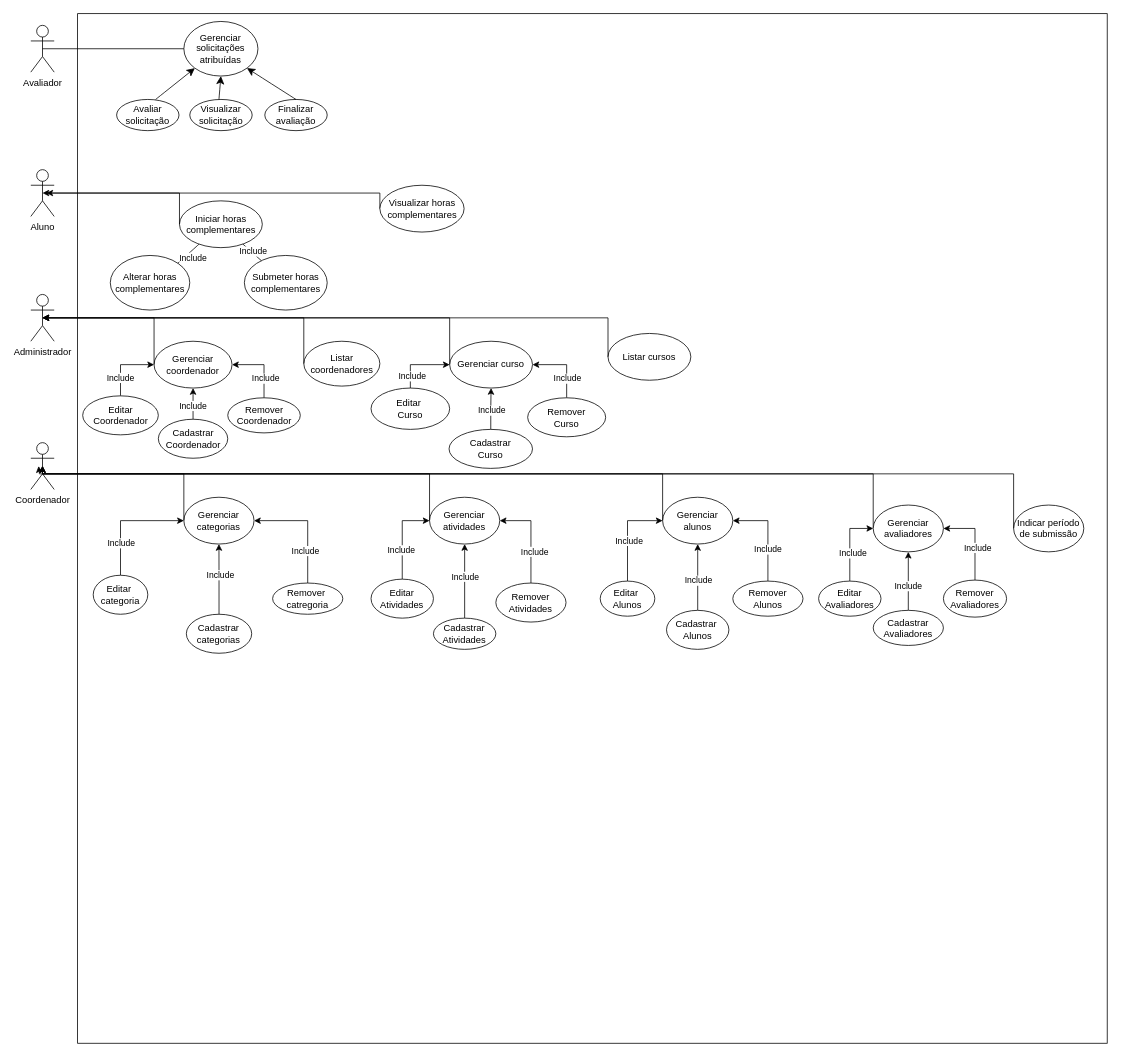
DGzzzzz/ADS_IF keeps this draw.io diagram as trabanalise.drawio. Above is the earlier version. Source tidied: cells renumbered, new cells numbered last; positions are measured from the earlier drawing's top-left corner, leaving out a move shared by most shapes. Both pictures are drawn from the tidied source at 78%, with x=0, y=0 at pixel (30, 13).
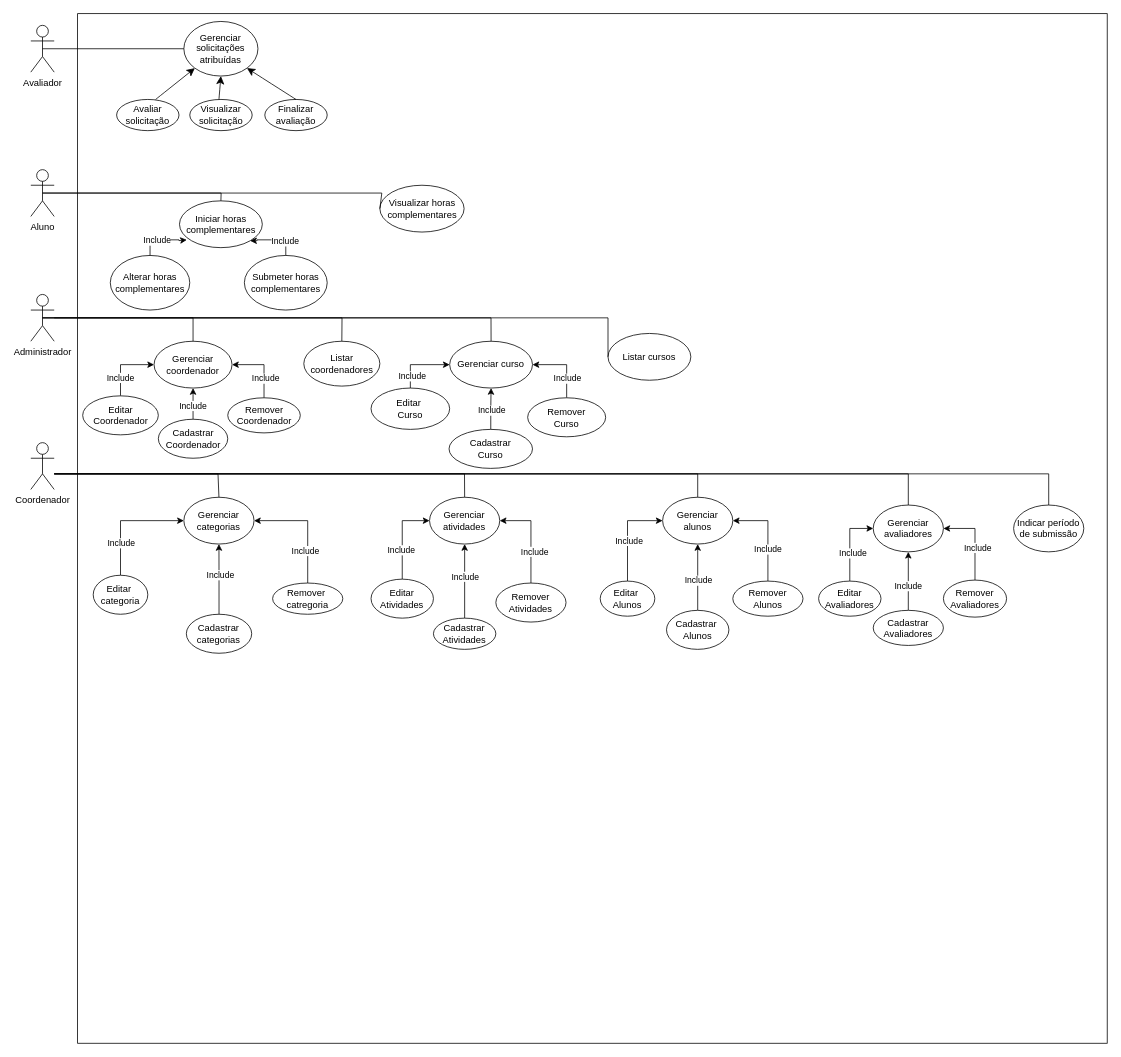
After the change.

Commit message:
atualizei algumas ligacoes

The change refers to these unchanged cells:
```xml
<mxCell id="3" value="Aluno" style="shape=umlActor;verticalLabelPosition=bottom;verticalAlign=top;html=1;outlineConnect=0;" parent="1" vertex="1">
  <mxGeometry y="200" width="30" height="60" as="geometry" />
</mxCell>
<mxCell id="4" value="Administrador" style="shape=umlActor;verticalLabelPosition=bottom;verticalAlign=top;html=1;outlineConnect=0;" parent="1" vertex="1">
  <mxGeometry y="360" width="30" height="60" as="geometry" />
</mxCell>
<mxCell id="5" value="Coordenador" style="shape=umlActor;verticalLabelPosition=bottom;verticalAlign=top;html=1;outlineConnect=0;" parent="1" vertex="1">
  <mxGeometry y="550" width="30" height="60" as="geometry" />
</mxCell>
<mxCell id="7" value="&lt;span style=&quot;background-color: transparent; color: light-dark(rgb(0, 0, 0), rgb(255, 255, 255));&quot;&gt;Gerenciar&lt;/span&gt;&lt;span style=&quot;background-color: transparent; color: light-dark(rgb(0, 0, 0), rgb(255, 255, 255));&quot;&gt;&amp;nbsp;curso&lt;/span&gt;" style="ellipse;whiteSpace=wrap;html=1;" parent="1" vertex="1">
  <mxGeometry x="537" y="420" width="106.2" height="60" as="geometry" />
</mxCell>
<mxCell id="8" value="&lt;span style=&quot;background-color: transparent; color: light-dark(rgb(0, 0, 0), rgb(255, 255, 255));&quot;&gt;Gerenciar coordenador&lt;/span&gt;" style="ellipse;whiteSpace=wrap;html=1;" parent="1" vertex="1">
  <mxGeometry x="158" y="420" width="100" height="60" as="geometry" />
</mxCell>
<mxCell id="9" value="Gerenciar categorias" style="ellipse;whiteSpace=wrap;html=1;" parent="1" vertex="1">
  <mxGeometry x="196.2" y="620" width="90" height="60" as="geometry" />
</mxCell>
<mxCell id="10" value="Gerenciar atividades" style="ellipse;whiteSpace=wrap;html=1;" parent="1" vertex="1">
  <mxGeometry x="511.2" y="620" width="90" height="60" as="geometry" />
</mxCell>
<mxCell id="11" value="Gerenciar alunos" style="ellipse;whiteSpace=wrap;html=1;" parent="1" vertex="1">
  <mxGeometry x="810" y="620" width="90" height="60" as="geometry" />
</mxCell>
<mxCell id="13" value="Gerenciar avaliadores" style="ellipse;whiteSpace=wrap;html=1;" parent="1" vertex="1">
  <mxGeometry x="1080" y="630" width="90" height="60" as="geometry" />
</mxCell>
<mxCell id="14" value="Indicar período de submissão" style="ellipse;whiteSpace=wrap;html=1;" parent="1" vertex="1">
  <mxGeometry x="1260" y="630" width="90" height="60" as="geometry" />
</mxCell>
<mxCell id="15" value="Iniciar horas complementares" style="ellipse;whiteSpace=wrap;html=1;" parent="1" vertex="1">
  <mxGeometry x="190.6" y="240" width="106.2" height="60" as="geometry" />
</mxCell>
<mxCell id="17" value="Alterar horas complementares" style="ellipse;whiteSpace=wrap;html=1;" parent="1" vertex="1">
  <mxGeometry x="101.9" y="310" width="101.9" height="70" as="geometry" />
</mxCell>
<mxCell id="18" value="Submeter horas complementares" style="ellipse;whiteSpace=wrap;html=1;" parent="1" vertex="1">
  <mxGeometry x="273.8" y="310" width="106.2" height="70" as="geometry" />
</mxCell>
<mxCell id="19" value="Listar coordenadores" style="ellipse;whiteSpace=wrap;html=1;" parent="1" vertex="1">
  <mxGeometry x="350" y="420" width="97.5" height="57.5" as="geometry" />
</mxCell>
<mxCell id="20" value="Listar cursos" style="ellipse;whiteSpace=wrap;html=1;" parent="1" vertex="1">
  <mxGeometry x="740" y="410" width="106.2" height="60" as="geometry" />
</mxCell>
<mxCell id="95" value="Visualizar horas complementares" style="ellipse;whiteSpace=wrap;html=1;" parent="1" vertex="1">
  <mxGeometry x="447.5" y="220" width="108" height="60" as="geometry" />
</mxCell>
```

Diff of the diagram source:
```diff
@@
-    <mxCell id="12" style="edgeStyle=orthogonalEdgeStyle;rounded=0;jettySize=auto;html=1;exitX=0;exitY=0.5;exitDx=0;exitDy=0;" parent="1" edge="1" source="13">
-      <mxGeometry relative="1" as="geometry">
-        <mxPoint x="10" y="580" as="targetPoint" />
-        <Array as="points">
-          <mxPoint x="1080" y="590" />
-          <mxPoint x="11" y="590" />
-        </Array>
-      </mxGeometry>
-    </mxCell>
@@
-    <mxCell id="28" style="endArrow=none;html=1;rounded=0;fontSize=12;startSize=8;endSize=8;curved=1;" parent="1" edge="1" source="15" target="18">
-      <mxGeometry relative="1" as="geometry" />
-    </mxCell>
-    <mxCell id="29" value="Include" style="edgeLabel;html=1;align=center;verticalAlign=middle;" parent="28" vertex="1">
-      <mxGeometry x="-0.22" y="4" relative="1" as="geometry">
-        <mxPoint x="1" y="4" as="offset" />
-      </mxGeometry>
-    </mxCell>
-    <mxCell id="30" style="endArrow=none;html=1;rounded=0;fontSize=12;startSize=8;endSize=8;curved=1;entryX=1;entryY=0;entryDx=0;entryDy=0;" parent="1" edge="1" source="15" target="17">
-      <mxGeometry relative="1" as="geometry" />
-    </mxCell>
-    <mxCell id="31" value="Include" style="edgeLabel;html=1;align=center;verticalAlign=middle;" parent="30" vertex="1">
-      <mxGeometry x="-0.08" y="7" relative="1" as="geometry" />
-    </mxCell>
@@
-    <mxCell id="77" style="edgeStyle=orthogonalEdgeStyle;rounded=0;jettySize=auto;html=1;exitX=0;exitY=0.5;exitDx=0;exitDy=0;entryX=0.5;entryY=0.5;entryDx=0;entryDy=0;entryPerimeter=0;" parent="1" edge="1" source="19" target="4">
-      <mxGeometry relative="1" as="geometry">
-        <Array as="points">
-          <mxPoint x="350" y="390" />
-        </Array>
-      </mxGeometry>
-    </mxCell>
@@
-    <mxCell id="87" style="edgeStyle=orthogonalEdgeStyle;rounded=0;jettySize=auto;html=1;exitX=0;exitY=0.5;exitDx=0;exitDy=0;entryX=0.5;entryY=0.5;entryDx=0;entryDy=0;entryPerimeter=0;" parent="1" edge="1" source="20" target="4">
-      <mxGeometry relative="1" as="geometry">
-        <Array as="points">
-          <mxPoint x="740" y="390" />
-        </Array>
-      </mxGeometry>
-    </mxCell>
-    <mxCell id="88" style="edgeStyle=orthogonalEdgeStyle;rounded=0;jettySize=auto;html=1;exitX=0;exitY=0.5;exitDx=0;exitDy=0;entryX=0.5;entryY=0.5;entryDx=0;entryDy=0;entryPerimeter=0;" parent="1" edge="1" source="7" target="4">
-      <mxGeometry relative="1" as="geometry">
-        <Array as="points">
-          <mxPoint x="537" y="390" />
-        </Array>
-      </mxGeometry>
-    </mxCell>
-    <mxCell id="89" style="edgeStyle=orthogonalEdgeStyle;rounded=0;jettySize=auto;html=1;exitX=0;exitY=0.5;exitDx=0;exitDy=0;entryX=0.5;entryY=0.5;entryDx=0;entryDy=0;entryPerimeter=0;" parent="1" edge="1" source="8" target="4">
-      <mxGeometry relative="1" as="geometry">
-        <Array as="points">
-          <mxPoint x="158" y="390" />
-        </Array>
-      </mxGeometry>
-    </mxCell>
-    <mxCell id="90" style="edgeStyle=orthogonalEdgeStyle;rounded=0;jettySize=auto;html=1;exitX=0;exitY=0.5;exitDx=0;exitDy=0;entryX=0.5;entryY=0.5;entryDx=0;entryDy=0;entryPerimeter=0;" parent="1" edge="1" source="9" target="5">
-      <mxGeometry relative="1" as="geometry">
-        <Array as="points">
-          <mxPoint x="196" y="590" />
-          <mxPoint x="15" y="590" />
-        </Array>
-      </mxGeometry>
-    </mxCell>
-    <mxCell id="91" style="edgeStyle=orthogonalEdgeStyle;rounded=0;jettySize=auto;html=1;exitX=0;exitY=0.5;exitDx=0;exitDy=0;entryX=0.5;entryY=0.5;entryDx=0;entryDy=0;entryPerimeter=0;" parent="1" edge="1" source="10" target="5">
-      <mxGeometry relative="1" as="geometry">
-        <Array as="points">
-          <mxPoint x="511" y="590" />
-          <mxPoint x="15" y="590" />
-        </Array>
-      </mxGeometry>
-    </mxCell>
-    <mxCell id="92" style="edgeStyle=orthogonalEdgeStyle;rounded=0;jettySize=auto;html=1;exitX=0;exitY=0.5;exitDx=0;exitDy=0;entryX=0.5;entryY=0.5;entryDx=0;entryDy=0;entryPerimeter=0;" parent="1" edge="1" source="11" target="5">
-      <mxGeometry relative="1" as="geometry">
-        <Array as="points">
-          <mxPoint x="810" y="590" />
-          <mxPoint x="15" y="590" />
-        </Array>
-      </mxGeometry>
-    </mxCell>
-    <mxCell id="93" style="edgeStyle=orthogonalEdgeStyle;rounded=0;jettySize=auto;html=1;exitX=0;exitY=0.5;exitDx=0;exitDy=0;entryX=0.5;entryY=0.5;entryDx=0;entryDy=0;entryPerimeter=0;" parent="1" edge="1" source="14" target="5">
-      <mxGeometry relative="1" as="geometry">
-        <Array as="points">
-          <mxPoint x="1260" y="590" />
-          <mxPoint x="15" y="590" />
-        </Array>
-      </mxGeometry>
-    </mxCell>
-    <mxCell id="94" style="edgeStyle=orthogonalEdgeStyle;rounded=0;jettySize=auto;html=1;exitX=0;exitY=0.5;exitDx=0;exitDy=0;" parent="1" edge="1" source="95">
-      <mxGeometry relative="1" as="geometry">
-        <mxPoint x="20" y="230" as="targetPoint" />
-        <Array as="points">
-          <mxPoint x="448" y="230" />
-        </Array>
-      </mxGeometry>
-    </mxCell>
@@
-    <mxCell id="96" style="edgeStyle=orthogonalEdgeStyle;rounded=0;jettySize=auto;html=1;exitX=0;exitY=0.5;exitDx=0;exitDy=0;entryX=0.5;entryY=0.5;entryDx=0;entryDy=0;entryPerimeter=0;" parent="1" edge="1" source="15" target="3">
-      <mxGeometry relative="1" as="geometry">
-        <Array as="points">
-          <mxPoint x="191" y="230" />
-        </Array>
-      </mxGeometry>
-    </mxCell>
+    <mxCell id="97" style="edgeStyle=orthogonalEdgeStyle;rounded=0;jettySize=auto;html=1;exitX=0.5;exitY=0;exitDx=0;exitDy=0;" parent="1" edge="1" source="17">
+      <mxGeometry relative="1" as="geometry">
+        <mxPoint x="200" y="290" as="targetPoint" />
+        <Array as="points">
+          <mxPoint x="153" y="290" />
+          <mxPoint x="190" y="290" />
+          <mxPoint x="190" y="291" />
+        </Array>
+      </mxGeometry>
+    </mxCell>
+    <mxCell id="98" value="Include" style="edgeLabel;html=1;align=center;verticalAlign=middle;" parent="97" vertex="1">
+      <mxGeometry x="-0.42" y="1" relative="1" as="geometry">
+        <mxPoint x="9" y="1" as="offset" />
+      </mxGeometry>
+    </mxCell>
+    <mxCell id="99" style="edgeStyle=orthogonalEdgeStyle;rounded=0;jettySize=auto;html=1;exitX=0.5;exitY=0;exitDx=0;exitDy=0;entryX=1;entryY=1;entryDx=0;entryDy=0;" parent="1" edge="1" source="18" target="15">
+      <mxGeometry relative="1" as="geometry">
+        <Array as="points">
+          <mxPoint x="327" y="290" />
+          <mxPoint x="290" y="290" />
+          <mxPoint x="290" y="291" />
+        </Array>
+      </mxGeometry>
+    </mxCell>
+    <mxCell id="100" value="Include" style="edgeLabel;html=1;align=center;verticalAlign=middle;" parent="99" vertex="1">
+      <mxGeometry x="-0.42" y="1" relative="1" as="geometry" />
+    </mxCell>
+    <mxCell id="101" style="endArrow=none;html=1;rounded=0;exitX=0.5;exitY=0.5;exitDx=0;exitDy=0;exitPerimeter=0;entryX=0;entryY=0.5;entryDx=0;entryDy=0;" parent="1" edge="1" source="3" target="95">
+      <mxGeometry relative="1" as="geometry">
+        <Array as="points">
+          <mxPoint x="450" y="230" />
+        </Array>
+      </mxGeometry>
+    </mxCell>
+    <mxCell id="102" style="endArrow=none;html=1;rounded=0;exitX=0.5;exitY=0.5;exitDx=0;exitDy=0;exitPerimeter=0;entryX=0.5;entryY=0;entryDx=0;entryDy=0;" parent="1" edge="1" source="3" target="15">
+      <mxGeometry relative="1" as="geometry">
+        <Array as="points">
+          <mxPoint x="244" y="230" />
+        </Array>
+      </mxGeometry>
+    </mxCell>
+    <mxCell id="103" style="endArrow=none;html=1;rounded=0;exitX=0.5;exitY=0.5;exitDx=0;exitDy=0;exitPerimeter=0;entryX=0;entryY=0.5;entryDx=0;entryDy=0;" parent="1" edge="1" source="4" target="20">
+      <mxGeometry relative="1" as="geometry">
+        <Array as="points">
+          <mxPoint x="740" y="390" />
+        </Array>
+      </mxGeometry>
+    </mxCell>
+    <mxCell id="104" style="endArrow=none;html=1;rounded=0;entryX=0.5;entryY=0;entryDx=0;entryDy=0;" parent="1" edge="1" source="4" target="7">
+      <mxGeometry relative="1" as="geometry">
+        <Array as="points">
+          <mxPoint x="590" y="390" />
+        </Array>
+      </mxGeometry>
+    </mxCell>
+    <mxCell id="105" style="endArrow=none;html=1;rounded=0;exitX=0.5;exitY=0.5;exitDx=0;exitDy=0;exitPerimeter=0;entryX=0.5;entryY=0;entryDx=0;entryDy=0;" parent="1" edge="1" source="4" target="19">
+      <mxGeometry relative="1" as="geometry">
+        <Array as="points">
+          <mxPoint x="399" y="390" />
+        </Array>
+      </mxGeometry>
+    </mxCell>
+    <mxCell id="106" style="endArrow=none;html=1;rounded=0;exitX=0.5;exitY=0.5;exitDx=0;exitDy=0;exitPerimeter=0;entryX=0.5;entryY=0;entryDx=0;entryDy=0;" parent="1" edge="1" source="4" target="8">
+      <mxGeometry relative="1" as="geometry">
+        <Array as="points">
+          <mxPoint x="208" y="390" />
+        </Array>
+      </mxGeometry>
+    </mxCell>
+    <mxCell id="107" style="endArrow=none;html=1;rounded=0;entryX=0.5;entryY=0;entryDx=0;entryDy=0;" parent="1" edge="1" target="14">
+      <mxGeometry relative="1" as="geometry">
+        <mxPoint x="30" y="590" as="sourcePoint" />
+        <Array as="points">
+          <mxPoint x="1305" y="590" />
+        </Array>
+      </mxGeometry>
+    </mxCell>
+    <mxCell id="108" style="endArrow=none;html=1;rounded=0;entryX=0.5;entryY=0;entryDx=0;entryDy=0;" parent="1" edge="1" target="11">
+      <mxGeometry relative="1" as="geometry">
+        <mxPoint x="30" y="590" as="sourcePoint" />
+        <Array as="points">
+          <mxPoint x="855" y="590" />
+        </Array>
+      </mxGeometry>
+    </mxCell>
+    <mxCell id="109" style="endArrow=none;html=1;rounded=0;entryX=0.5;entryY=0;entryDx=0;entryDy=0;" parent="1" edge="1" target="13">
+      <mxGeometry relative="1" as="geometry">
+        <mxPoint x="30" y="590" as="sourcePoint" />
+        <Array as="points">
+          <mxPoint x="1125" y="590" />
+        </Array>
+      </mxGeometry>
+    </mxCell>
+    <mxCell id="110" style="endArrow=none;html=1;rounded=0;entryX=0.5;entryY=0;entryDx=0;entryDy=0;" parent="1" edge="1" target="10">
+      <mxGeometry relative="1" as="geometry">
+        <mxPoint x="30" y="590" as="sourcePoint" />
+        <Array as="points">
+          <mxPoint x="556" y="590" />
+        </Array>
+      </mxGeometry>
+    </mxCell>
+    <mxCell id="111" style="endArrow=none;html=1;rounded=0;entryX=0.5;entryY=0;entryDx=0;entryDy=0;" parent="1" edge="1" target="9">
+      <mxGeometry relative="1" as="geometry">
+        <mxPoint x="30" y="590" as="sourcePoint" />
+        <Array as="points">
+          <mxPoint x="240" y="590" />
+        </Array>
+      </mxGeometry>
+    </mxCell>
```
